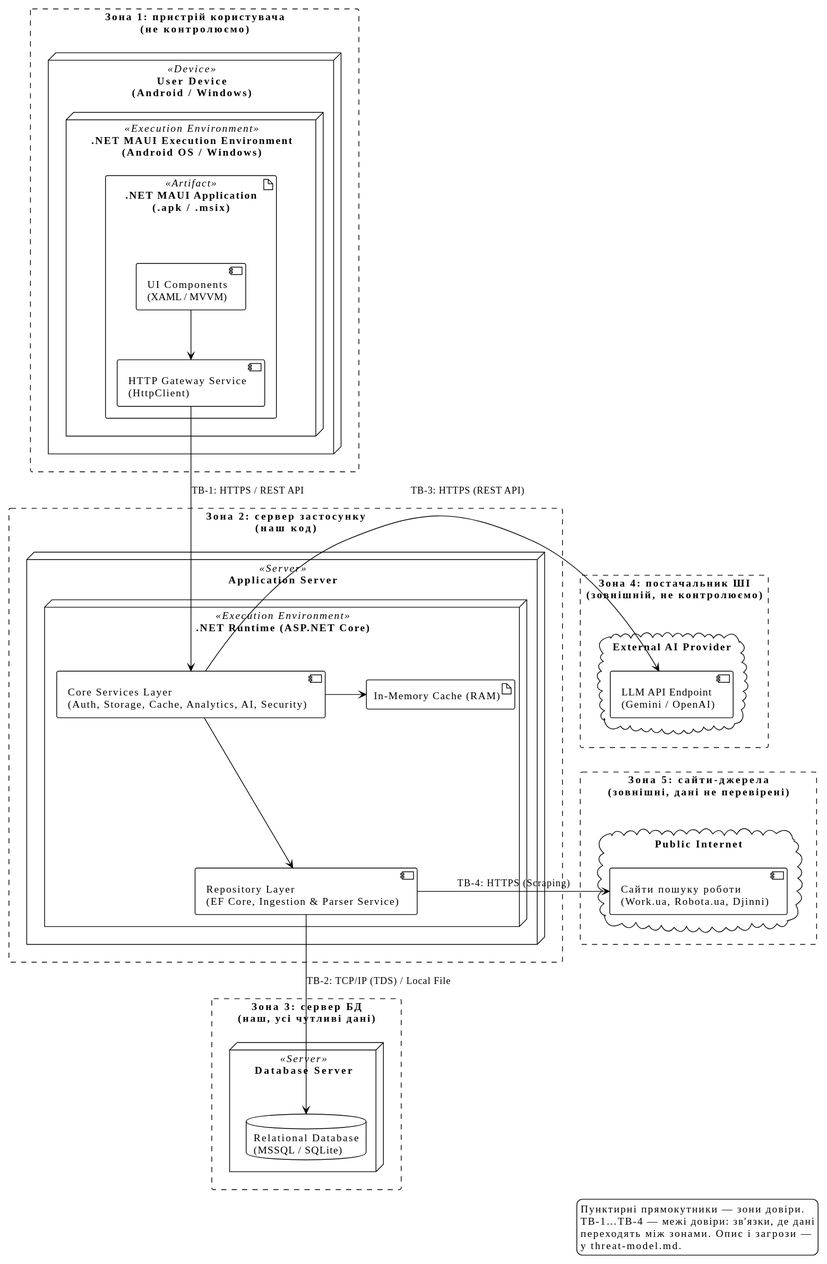
The PlantUML diagram docs/architecture/uml/deployment-diagram.svg in ukma-fin-ssdm-2026/waterfall, before a commit.
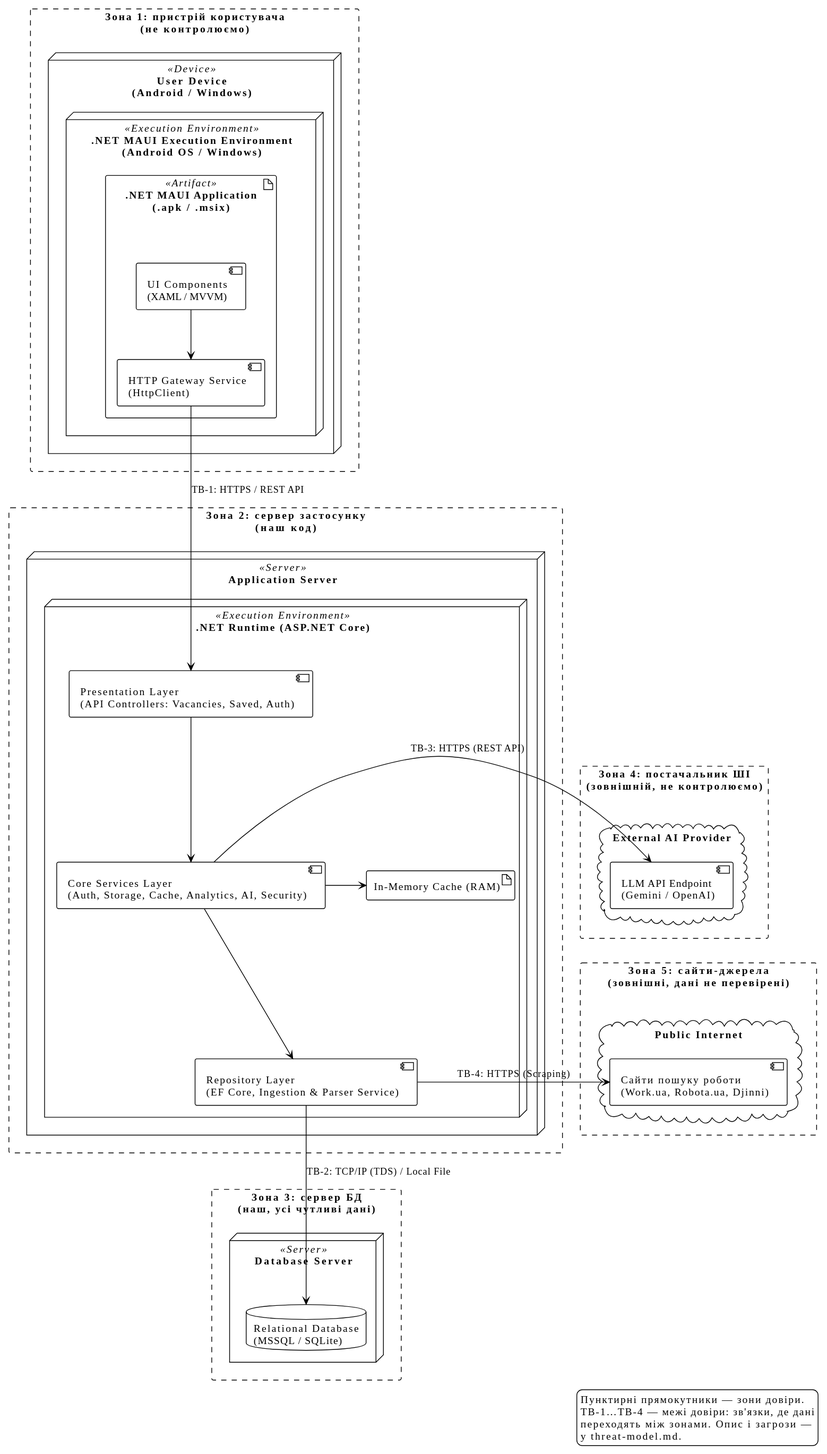
Later version of the same file.

The edit, as a diff of the source:
```diff
@@ -25,10 +25,12 @@
 rectangle "Зона 2: сервер застосунку\n(наш код)" as Z2 #line.dashed {
     node "Application Server" <<Server>> {
         node ".NET Runtime (ASP.NET Core)" <<Execution Environment>> {
+            component "Presentation Layer\n(API Controllers: Vacancies, Saved, Auth)" as ApiControllers
             component "Core Services Layer\n(Auth, Storage, Cache, Analytics, AI, Security)" as CoreServices
             component "Repository Layer\n(EF Core, Ingestion & Parser Service)" as RepoLayer
             artifact "In-Memory Cache (RAM)" as MemoryCache
 
+            ApiControllers -down-> CoreServices
             CoreServices -down-> RepoLayer
             CoreServices -right-> MemoryCache
         }
@@ -47,7 +49,7 @@
     }
 }
 
-ClientGateway -down-> CoreServices : TB-1: HTTPS / REST API
+ClientGateway -down-> ApiControllers : TB-1: HTTPS / REST API
 RepoLayer -down-> DB : TB-2: TCP/IP (TDS) / Local File
 CoreServices -left-> AIEndpoint : TB-3: HTTPS (REST API)
 RepoLayer -right-> JobSites : TB-4: HTTPS (Scraping)
```
